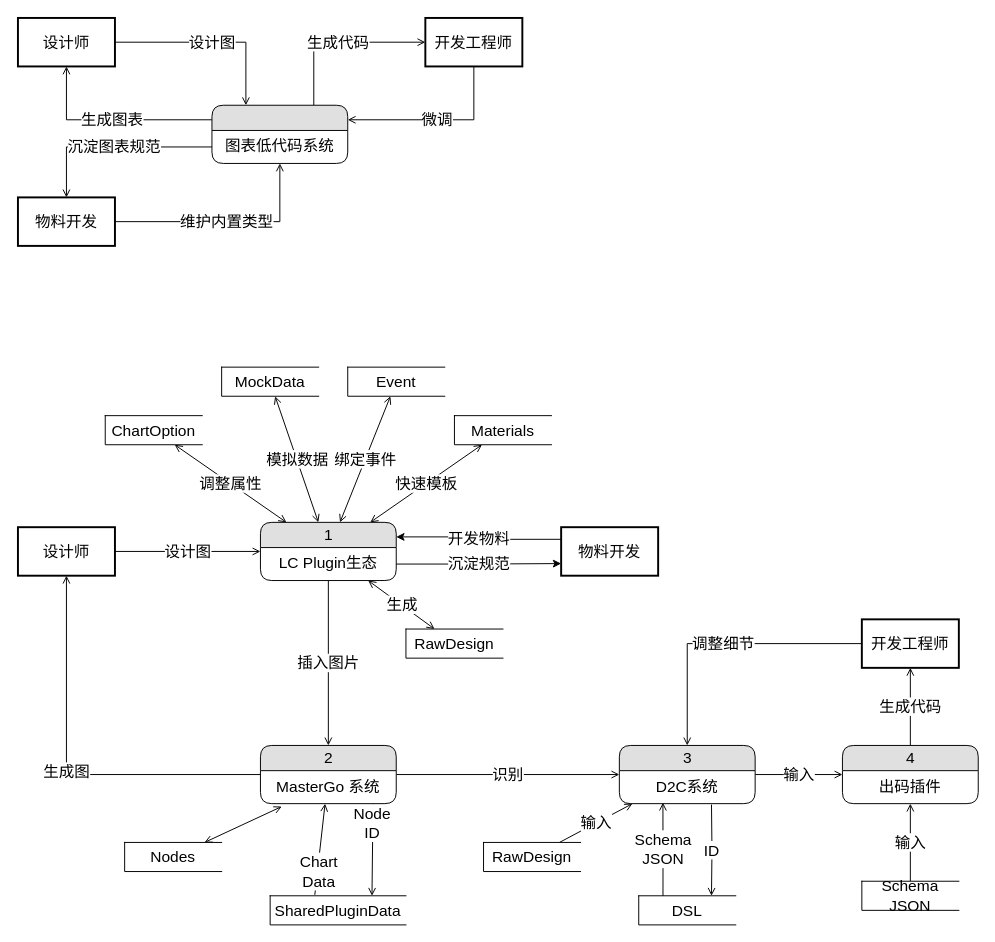
This is page "数据流图" (4 of 10) of lowCode/lc.drawio from zhuoooo/doodles, a draw.io file, before an edit. Source tidied: cells renumbered, new cells numbered last; positions are measured from the earlier drawing's top-left corner, leaving out a move shared by most shapes. Both pictures are drawn from the tidied source at 97%, with x=0, y=0 at pixel (17, 17).
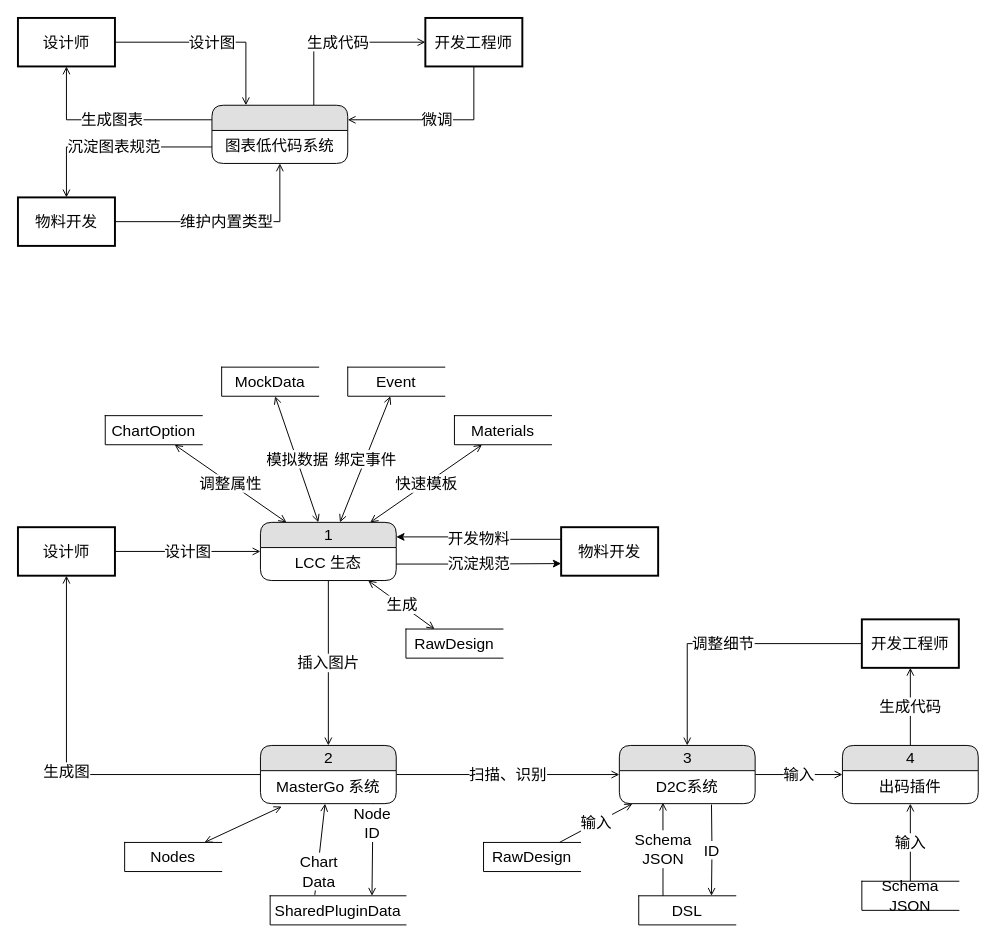
Above is the later version.

The change refers to these unchanged cells:
```xml
<mxCell id="19" value="2" style="swimlane;html=1;fontStyle=0;horizontal=1;startSize=26;fillColor=#e0e0e0;swimlaneFillColor=#ffffff;align=center;rounded=1;shadow=0;comic=0;labelBackgroundColor=none;strokeWidth=1;fontFamily=微软雅黑;fontSize=16;" parent="1" vertex="1">
  <mxGeometry x="250" y="750" width="140" height="60" as="geometry" />
</mxCell>
<mxCell id="23" value="3" style="swimlane;html=1;fontStyle=0;horizontal=1;startSize=26;fillColor=#e0e0e0;swimlaneFillColor=#ffffff;align=center;rounded=1;shadow=0;comic=0;labelBackgroundColor=none;strokeWidth=1;fontFamily=微软雅黑;fontSize=16;" parent="1" vertex="1">
  <mxGeometry x="620" y="750" width="140" height="60" as="geometry" />
</mxCell>
<mxCell id="26" value="1" style="swimlane;html=1;fontStyle=0;horizontal=1;startSize=26;fillColor=#e0e0e0;swimlaneFillColor=#ffffff;align=center;rounded=1;shadow=0;comic=0;labelBackgroundColor=none;strokeWidth=1;fontFamily=微软雅黑;fontSize=16;" parent="1" vertex="1">
  <mxGeometry x="250" y="520" width="140" height="60" as="geometry" />
</mxCell>
```

Diff of the diagram source:
```diff
@@
-    <mxCell id="16" value="识别" style="edgeStyle=orthogonalEdgeStyle;rounded=0;jettySize=auto;html=1;endArrow=open;endFill=0;fontFamily=微软雅黑;fontSize=16;" parent="1" edge="1" source="19" target="23">
+    <mxCell id="16" value="扫描、识别" style="edgeStyle=orthogonalEdgeStyle;rounded=0;jettySize=auto;html=1;endArrow=open;endFill=0;fontFamily=微软雅黑;fontSize=16;" parent="1" edge="1" source="19" target="23">
       <mxGeometry relative="1" as="geometry" />
     </mxCell>
@@
-    <mxCell id="27" value="LC Plugin生态" style="text;html=1;strokeColor=none;fillColor=none;spacingLeft=4;spacingRight=4;whiteSpace=wrap;overflow=hidden;points=[[0,0.5],[1,0.5]];portConstraint=eastwest;align=center;fontSize=16;fontFamily=微软雅黑;" parent="26" vertex="1">
+    <mxCell id="27" value="LCC 生态" style="text;html=1;strokeColor=none;fillColor=none;spacingLeft=4;spacingRight=4;whiteSpace=wrap;overflow=hidden;points=[[0,0.5],[1,0.5]];portConstraint=eastwest;align=center;fontSize=16;fontFamily=微软雅黑;" parent="26" vertex="1">
       <mxGeometry y="26" width="140" height="34" as="geometry" />
     </mxCell>
```
